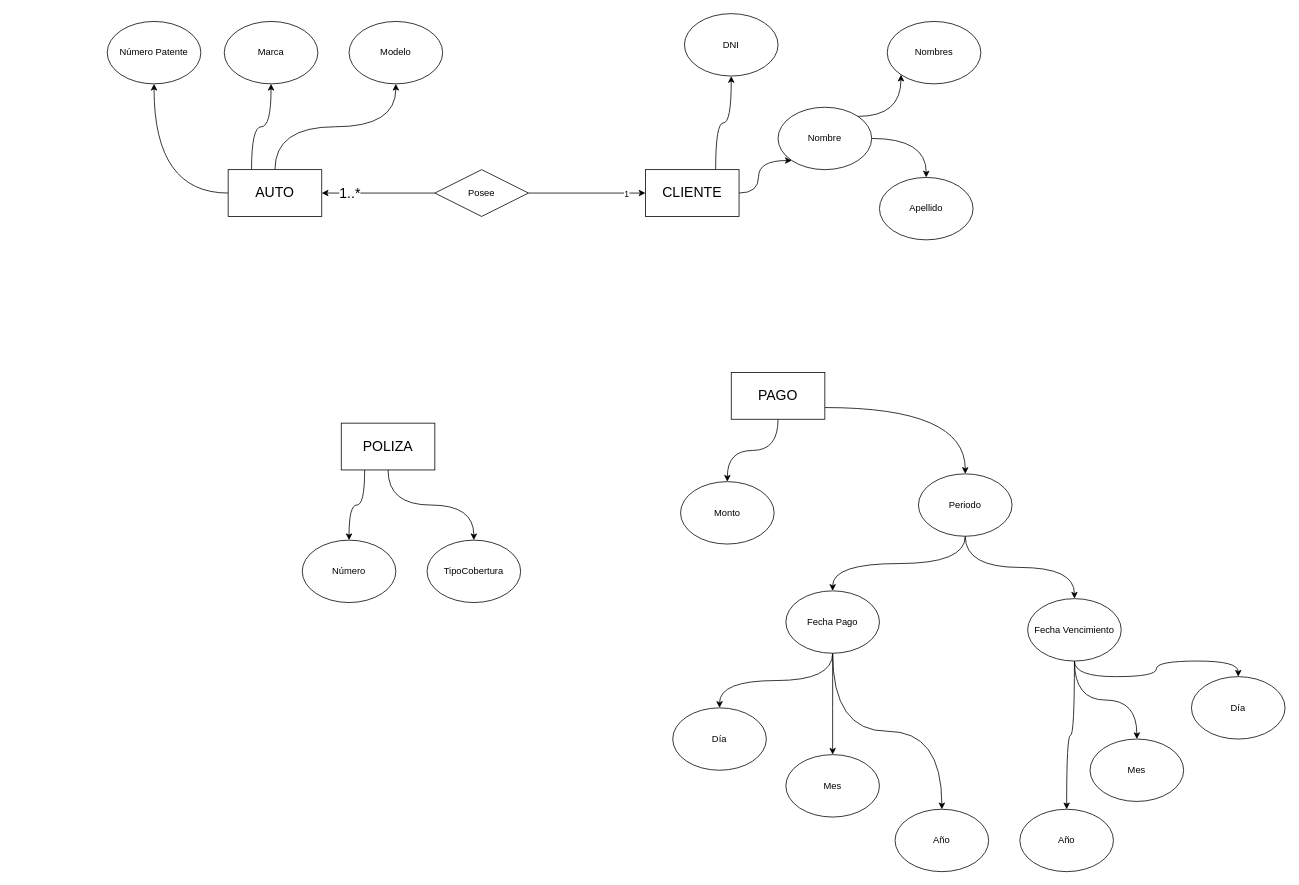
Above: take-home/casos_uso/ej3.drawio in irmrz/ingenieria-software-1 (draw.io), before the change. Source tidied: cells renumbered, new cells numbered last; positions are measured from the earlier drawing's top-left corner, leaving out a move shared by most shapes. Both pictures are drawn from the tidied source at 78%, with x=0, y=0 at pixel (107, 13).
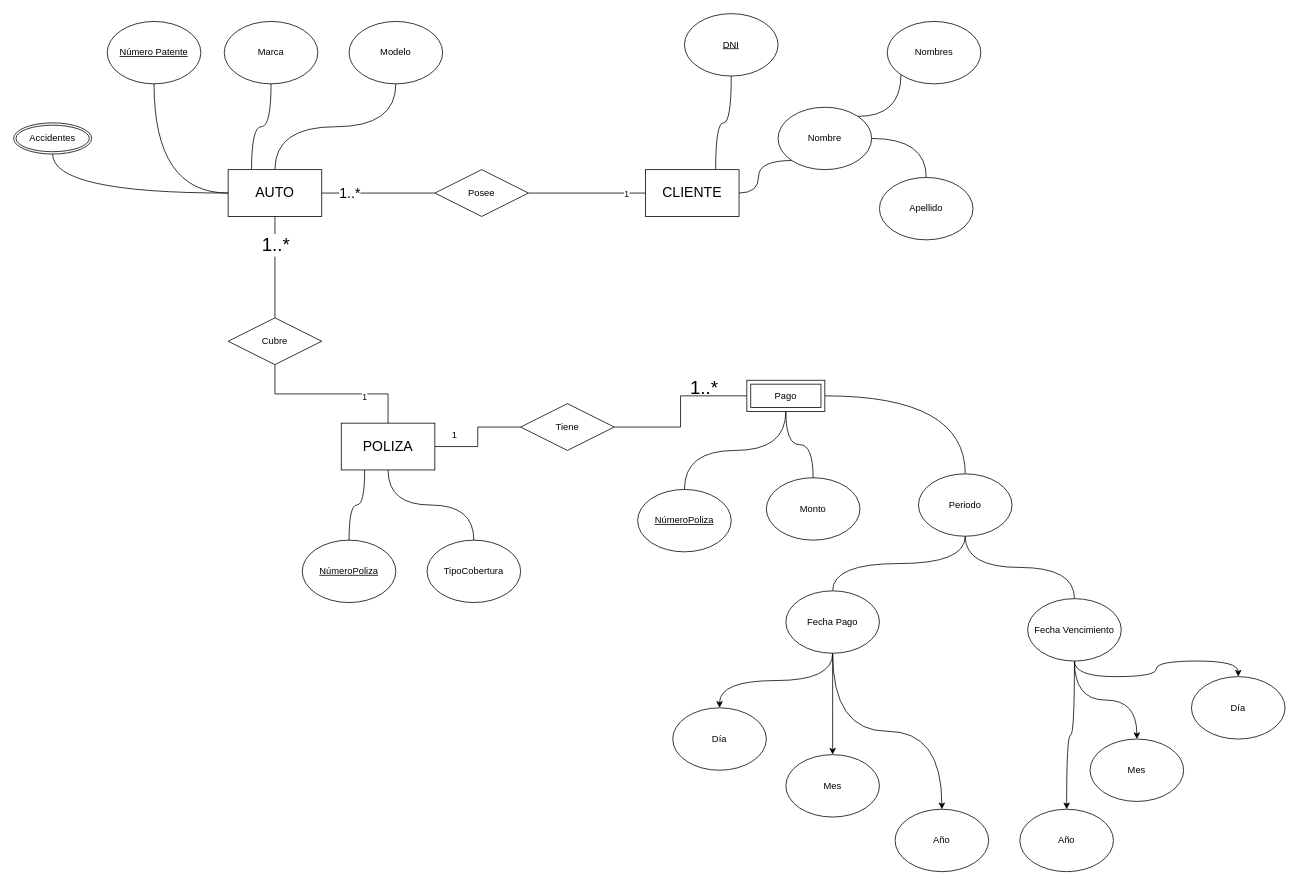
The same page after the edit.

Unchanged cells that the change refers to:
```xml
<mxCell id="5" value="&lt;font style=&quot;font-size: 18px;&quot;&gt;AUTO&lt;/font&gt;" style="rounded=0;whiteSpace=wrap;html=1;" parent="1" vertex="1">
  <mxGeometry x="155" y="200" width="120" height="60" as="geometry" />
</mxCell>
<mxCell id="8" value="&lt;font style=&quot;font-size: 18px;&quot;&gt;CLIENTE&lt;/font&gt;" style="rounded=0;whiteSpace=wrap;html=1;" parent="1" vertex="1">
  <mxGeometry x="690" y="200" width="120" height="60" as="geometry" />
</mxCell>
<mxCell id="11" value="&lt;font style=&quot;font-size: 18px;&quot;&gt;POLIZA&lt;/font&gt;" style="rounded=0;whiteSpace=wrap;html=1;" parent="1" vertex="1">
  <mxGeometry x="300" y="525" width="120" height="60" as="geometry" />
</mxCell>
<mxCell id="16" value="Marca" style="ellipse;whiteSpace=wrap;html=1;" parent="1" vertex="1">
  <mxGeometry x="150" y="10" width="120" height="80" as="geometry" />
</mxCell>
<mxCell id="17" value="&lt;div&gt;Modelo&lt;/div&gt;" style="ellipse;whiteSpace=wrap;html=1;" parent="1" vertex="1">
  <mxGeometry x="310" y="10" width="120" height="80" as="geometry" />
</mxCell>
<mxCell id="21" value="Nombre" style="ellipse;whiteSpace=wrap;html=1;" parent="1" vertex="1">
  <mxGeometry x="860" y="120" width="120" height="80" as="geometry" />
</mxCell>
<mxCell id="22" value="Apellido" style="ellipse;whiteSpace=wrap;html=1;" parent="1" vertex="1">
  <mxGeometry x="990" y="210" width="120" height="80" as="geometry" />
</mxCell>
<mxCell id="23" value="Nombres" style="ellipse;whiteSpace=wrap;html=1;" parent="1" vertex="1">
  <mxGeometry x="1000" y="10" width="120" height="80" as="geometry" />
</mxCell>
<mxCell id="25" value="TipoCobertura" style="ellipse;whiteSpace=wrap;html=1;" parent="1" vertex="1">
  <mxGeometry x="410" y="675" width="120" height="80" as="geometry" />
</mxCell>
<mxCell id="29" value="Periodo" style="ellipse;whiteSpace=wrap;html=1;" parent="1" vertex="1">
  <mxGeometry x="1040" y="590" width="120" height="80" as="geometry" />
</mxCell>
<mxCell id="33" value="Fecha Pago" style="ellipse;whiteSpace=wrap;html=1;" parent="1" vertex="1">
  <mxGeometry x="870" y="740" width="120" height="80" as="geometry" />
</mxCell>
<mxCell id="37" value="Fecha Vencimiento" style="ellipse;whiteSpace=wrap;html=1;" parent="1" vertex="1">
  <mxGeometry x="1180" y="750" width="120" height="80" as="geometry" />
</mxCell>
<mxCell id="48" value="Posee" style="shape=rhombus;perimeter=rhombusPerimeter;whiteSpace=wrap;html=1;align=center;" parent="1" vertex="1">
  <mxGeometry x="420" y="200" width="120" height="60" as="geometry" />
</mxCell>
```

Diff of the diagram source:
```diff
@@
-    <mxCell id="2" style="edgeStyle=orthogonalEdgeStyle;jettySize=auto;html=1;exitX=0;exitY=0.5;exitDx=0;exitDy=0;entryX=0.5;entryY=1;entryDx=0;entryDy=0;curved=1;" parent="1" edge="1" source="5" target="15">
+    <mxCell id="2" style="edgeStyle=orthogonalEdgeStyle;jettySize=auto;html=1;exitX=0;exitY=0.5;exitDx=0;exitDy=0;entryX=0.5;entryY=1;entryDx=0;entryDy=0;curved=1;endArrow=none;endFill=0;" parent="1" edge="1" source="5" target="15">
       <mxGeometry relative="1" as="geometry" />
     </mxCell>
-    <mxCell id="3" style="edgeStyle=orthogonalEdgeStyle;jettySize=auto;html=1;exitX=0.25;exitY=0;exitDx=0;exitDy=0;entryX=0.5;entryY=1;entryDx=0;entryDy=0;curved=1;strokeColor=default;" parent="1" edge="1" source="5" target="16">
+    <mxCell id="3" style="edgeStyle=orthogonalEdgeStyle;jettySize=auto;html=1;exitX=0.25;exitY=0;exitDx=0;exitDy=0;entryX=0.5;entryY=1;entryDx=0;entryDy=0;curved=1;strokeColor=default;endArrow=none;endFill=0;" parent="1" edge="1" source="5" target="16">
       <mxGeometry relative="1" as="geometry" />
     </mxCell>
-    <mxCell id="4" style="edgeStyle=orthogonalEdgeStyle;jettySize=auto;html=1;exitX=0.5;exitY=0;exitDx=0;exitDy=0;entryX=0.5;entryY=1;entryDx=0;entryDy=0;curved=1;" parent="1" edge="1" source="5" target="17">
+    <mxCell id="4" style="edgeStyle=orthogonalEdgeStyle;jettySize=auto;html=1;exitX=0.5;exitY=0;exitDx=0;exitDy=0;entryX=0.5;entryY=1;entryDx=0;entryDy=0;curved=1;endArrow=none;endFill=0;" parent="1" edge="1" source="5" target="17">
       <mxGeometry relative="1" as="geometry" />
     </mxCell>
+    <mxCell id="49" style="edgeStyle=orthogonalEdgeStyle;jettySize=auto;html=1;exitX=0;exitY=0.5;exitDx=0;exitDy=0;entryX=0.5;entryY=1;entryDx=0;entryDy=0;curved=1;endArrow=none;endFill=0;" parent="1" edge="1" source="5" target="55">
+      <mxGeometry relative="1" as="geometry" />
+    </mxCell>
@@
-    <mxCell id="6" style="edgeStyle=orthogonalEdgeStyle;jettySize=auto;html=1;exitX=1;exitY=0.5;exitDx=0;exitDy=0;entryX=0;entryY=1;entryDx=0;entryDy=0;curved=1;" parent="1" edge="1" source="8" target="21">
+    <mxCell id="6" style="edgeStyle=orthogonalEdgeStyle;jettySize=auto;html=1;exitX=1;exitY=0.5;exitDx=0;exitDy=0;entryX=0;entryY=1;entryDx=0;entryDy=0;curved=1;endArrow=none;endFill=0;" parent="1" edge="1" source="8" target="21">
       <mxGeometry relative="1" as="geometry" />
     </mxCell>
-    <mxCell id="7" style="edgeStyle=orthogonalEdgeStyle;jettySize=auto;html=1;exitX=0.75;exitY=0;exitDx=0;exitDy=0;entryX=0.5;entryY=1;entryDx=0;entryDy=0;curved=1;" parent="1" edge="1" source="8" target="18">
+    <mxCell id="7" style="edgeStyle=orthogonalEdgeStyle;jettySize=auto;html=1;exitX=0.75;exitY=0;exitDx=0;exitDy=0;entryX=0.5;entryY=1;entryDx=0;entryDy=0;curved=1;endArrow=none;endFill=0;" parent="1" edge="1" source="8" target="18">
       <mxGeometry relative="1" as="geometry" />
     </mxCell>
@@
-    <mxCell id="9" style="edgeStyle=orthogonalEdgeStyle;jettySize=auto;html=1;exitX=0.25;exitY=1;exitDx=0;exitDy=0;entryX=0.5;entryY=0;entryDx=0;entryDy=0;curved=1;" parent="1" edge="1" source="11" target="24">
+    <mxCell id="9" style="edgeStyle=orthogonalEdgeStyle;jettySize=auto;html=1;exitX=0.25;exitY=1;exitDx=0;exitDy=0;entryX=0.5;entryY=0;entryDx=0;entryDy=0;curved=1;endArrow=none;endFill=0;" parent="1" edge="1" source="11" target="24">
       <mxGeometry relative="1" as="geometry" />
     </mxCell>
-    <mxCell id="10" style="edgeStyle=orthogonalEdgeStyle;jettySize=auto;html=1;exitX=0.5;exitY=1;exitDx=0;exitDy=0;entryX=0.5;entryY=0;entryDx=0;entryDy=0;curved=1;" parent="1" edge="1" source="11" target="25">
+    <mxCell id="10" style="edgeStyle=orthogonalEdgeStyle;jettySize=auto;html=1;exitX=0.5;exitY=1;exitDx=0;exitDy=0;entryX=0.5;entryY=0;entryDx=0;entryDy=0;curved=1;endArrow=none;endFill=0;" parent="1" edge="1" source="11" target="25">
       <mxGeometry relative="1" as="geometry" />
     </mxCell>
@@
-    <mxCell id="12" style="edgeStyle=orthogonalEdgeStyle;jettySize=auto;html=1;exitX=1;exitY=0.75;exitDx=0;exitDy=0;entryX=0.5;entryY=0;entryDx=0;entryDy=0;curved=1;" parent="1" edge="1" source="14" target="29">
+    <mxCell id="12" style="edgeStyle=orthogonalEdgeStyle;jettySize=auto;html=1;exitX=1;exitY=0.5;exitDx=0;exitDy=0;entryX=0.5;entryY=0;entryDx=0;entryDy=0;curved=1;endArrow=none;endFill=0;" parent="1" edge="1" source="62" target="29">
       <mxGeometry relative="1" as="geometry" />
     </mxCell>
-    <mxCell id="13" style="edgeStyle=orthogonalEdgeStyle;jettySize=auto;html=1;exitX=0.5;exitY=1;exitDx=0;exitDy=0;entryX=0.5;entryY=0;entryDx=0;entryDy=0;curved=1;" parent="1" edge="1" source="14" target="26">
+    <mxCell id="13" style="edgeStyle=orthogonalEdgeStyle;jettySize=auto;html=1;exitX=0.5;exitY=1;exitDx=0;exitDy=0;entryX=0.5;entryY=0;entryDx=0;entryDy=0;curved=1;endArrow=none;endFill=0;" parent="1" edge="1" source="62" target="26">
       <mxGeometry relative="1" as="geometry" />
     </mxCell>
-    <mxCell id="14" value="&lt;font style=&quot;font-size: 18px;&quot;&gt;PAGO&lt;/font&gt;" style="rounded=0;whiteSpace=wrap;html=1;" parent="1" vertex="1">
-      <mxGeometry x="800" y="460" width="120" height="60" as="geometry" />
-    </mxCell>
-    <mxCell id="15" value="Número Patente" style="ellipse;whiteSpace=wrap;html=1;" parent="1" vertex="1">
+    <mxCell id="15" value="&lt;u&gt;Número Patente&lt;/u&gt;" style="ellipse;whiteSpace=wrap;html=1;" parent="1" vertex="1">
       <mxGeometry y="10" width="120" height="80" as="geometry" />
     </mxCell>
@@
-    <mxCell id="18" value="DNI" style="ellipse;whiteSpace=wrap;html=1;" parent="1" vertex="1">
+    <mxCell id="18" value="&lt;u&gt;DNI&lt;/u&gt;" style="ellipse;whiteSpace=wrap;html=1;" parent="1" vertex="1">
       <mxGeometry x="740" width="120" height="80" as="geometry" />
     </mxCell>
-    <mxCell id="19" style="edgeStyle=orthogonalEdgeStyle;jettySize=auto;html=1;exitX=1;exitY=0;exitDx=0;exitDy=0;entryX=0;entryY=1;entryDx=0;entryDy=0;curved=1;" parent="1" edge="1" source="21" target="23">
+    <mxCell id="19" style="edgeStyle=orthogonalEdgeStyle;jettySize=auto;html=1;exitX=1;exitY=0;exitDx=0;exitDy=0;entryX=0;entryY=1;entryDx=0;entryDy=0;curved=1;endArrow=none;endFill=0;" parent="1" edge="1" source="21" target="23">
       <mxGeometry relative="1" as="geometry" />
     </mxCell>
-    <mxCell id="20" style="edgeStyle=orthogonalEdgeStyle;jettySize=auto;html=1;exitX=1;exitY=0.5;exitDx=0;exitDy=0;entryX=0.5;entryY=0;entryDx=0;entryDy=0;curved=1;" parent="1" edge="1" source="21" target="22">
+    <mxCell id="20" style="edgeStyle=orthogonalEdgeStyle;jettySize=auto;html=1;exitX=1;exitY=0.5;exitDx=0;exitDy=0;entryX=0.5;entryY=0;entryDx=0;entryDy=0;curved=1;endArrow=none;endFill=0;" parent="1" edge="1" source="21" target="22">
       <mxGeometry relative="1" as="geometry" />
     </mxCell>
@@
-    <mxCell id="24" value="Número" style="ellipse;whiteSpace=wrap;html=1;" parent="1" vertex="1">
+    <mxCell id="24" value="&lt;u&gt;NúmeroPoliza&lt;/u&gt;" style="ellipse;whiteSpace=wrap;html=1;" parent="1" vertex="1">
       <mxGeometry x="250" y="675" width="120" height="80" as="geometry" />
     </mxCell>
@@
     <mxCell id="26" value="Monto" style="ellipse;whiteSpace=wrap;html=1;" parent="1" vertex="1">
-      <mxGeometry x="735" y="600" width="120" height="80" as="geometry" />
+      <mxGeometry x="845" y="595" width="120" height="80" as="geometry" />
     </mxCell>
-    <mxCell id="27" style="edgeStyle=orthogonalEdgeStyle;jettySize=auto;html=1;exitX=0.5;exitY=1;exitDx=0;exitDy=0;entryX=0.5;entryY=0;entryDx=0;entryDy=0;curved=1;" parent="1" edge="1" source="29" target="33">
+    <mxCell id="27" style="edgeStyle=orthogonalEdgeStyle;jettySize=auto;html=1;exitX=0.5;exitY=1;exitDx=0;exitDy=0;entryX=0.5;entryY=0;entryDx=0;entryDy=0;curved=1;endArrow=none;endFill=0;" parent="1" edge="1" source="29" target="33">
       <mxGeometry relative="1" as="geometry" />
     </mxCell>
-    <mxCell id="28" style="edgeStyle=orthogonalEdgeStyle;jettySize=auto;html=1;exitX=0.5;exitY=1;exitDx=0;exitDy=0;entryX=0.5;entryY=0;entryDx=0;entryDy=0;curved=1;" parent="1" edge="1" source="29" target="37">
+    <mxCell id="28" style="edgeStyle=orthogonalEdgeStyle;jettySize=auto;html=1;exitX=0.5;exitY=1;exitDx=0;exitDy=0;entryX=0.5;entryY=0;entryDx=0;entryDy=0;curved=1;endArrow=none;endFill=0;" parent="1" edge="1" source="29" target="37">
       <mxGeometry relative="1" as="geometry" />
     </mxCell>
@@
-    <mxCell id="44" style="edgeStyle=orthogonalEdgeStyle;rounded=0;jettySize=auto;html=1;exitX=1;exitY=0.5;exitDx=0;exitDy=0;entryX=0;entryY=0.5;entryDx=0;entryDy=0;" parent="1" edge="1" source="48" target="8">
+    <mxCell id="44" style="edgeStyle=orthogonalEdgeStyle;rounded=0;jettySize=auto;html=1;exitX=1;exitY=0.5;exitDx=0;exitDy=0;entryX=0;entryY=0.5;entryDx=0;entryDy=0;endArrow=none;endFill=0;" parent="1" edge="1" source="48" target="8">
       <mxGeometry relative="1" as="geometry" />
     </mxCell>
@@
-    <mxCell id="46" style="edgeStyle=orthogonalEdgeStyle;rounded=0;jettySize=auto;html=1;exitX=0;exitY=0.5;exitDx=0;exitDy=0;entryX=1;entryY=0.5;entryDx=0;entryDy=0;" parent="1" edge="1" source="48" target="5">
+    <mxCell id="46" style="edgeStyle=orthogonalEdgeStyle;rounded=0;jettySize=auto;html=1;exitX=0;exitY=0.5;exitDx=0;exitDy=0;entryX=1;entryY=0.5;entryDx=0;entryDy=0;endArrow=none;endFill=0;" parent="1" edge="1" source="48" target="5">
       <mxGeometry relative="1" as="geometry" />
     </mxCell>
@@
+    <mxCell id="50" style="edgeStyle=orthogonalEdgeStyle;rounded=0;jettySize=auto;html=1;exitX=0.5;exitY=0;exitDx=0;exitDy=0;entryX=0.5;entryY=1;entryDx=0;entryDy=0;endArrow=none;endFill=0;" parent="1" edge="1" source="54" target="5">
+      <mxGeometry relative="1" as="geometry" />
+    </mxCell>
+    <mxCell id="51" value="&lt;font style=&quot;font-size: 24px;&quot;&gt;1..*&lt;/font&gt;" style="edgeLabel;html=1;align=center;verticalAlign=middle;" parent="50" vertex="1">
+      <mxGeometry x="0.66" relative="1" as="geometry">
+        <mxPoint y="14" as="offset" />
+      </mxGeometry>
+    </mxCell>
+    <mxCell id="52" style="edgeStyle=orthogonalEdgeStyle;rounded=0;jettySize=auto;html=1;exitX=0.5;exitY=1;exitDx=0;exitDy=0;entryX=0.5;entryY=0;entryDx=0;entryDy=0;endArrow=none;endFill=0;" parent="1" edge="1" source="54" target="11">
+      <mxGeometry relative="1" as="geometry" />
+    </mxCell>
+    <mxCell id="53" value="1" style="edgeLabel;html=1;align=center;verticalAlign=middle;" parent="52" vertex="1">
+      <mxGeometry x="0.37" y="-4" relative="1" as="geometry">
+        <mxPoint x="1" as="offset" />
+      </mxGeometry>
+    </mxCell>
+    <mxCell id="54" value="Cubre" style="shape=rhombus;perimeter=rhombusPerimeter;whiteSpace=wrap;html=1;align=center;" parent="1" vertex="1">
+      <mxGeometry x="155" y="390" width="120" height="60" as="geometry" />
+    </mxCell>
+    <mxCell id="55" value="Accidentes" style="ellipse;shape=doubleEllipse;margin=3;whiteSpace=wrap;html=1;align=center;" parent="1" vertex="1">
+      <mxGeometry x="-120" y="140" width="100" height="40" as="geometry" />
+    </mxCell>
+    <mxCell id="56" style="edgeStyle=orthogonalEdgeStyle;rounded=0;jettySize=auto;html=1;exitX=0;exitY=0.5;exitDx=0;exitDy=0;entryX=1;entryY=0.5;entryDx=0;entryDy=0;endArrow=none;endFill=0;" parent="1" edge="1" source="58" target="11">
+      <mxGeometry relative="1" as="geometry" />
+    </mxCell>
+    <mxCell id="57" style="edgeStyle=orthogonalEdgeStyle;rounded=0;jettySize=auto;html=1;exitX=1;exitY=0.5;exitDx=0;exitDy=0;entryX=0;entryY=0.5;entryDx=0;entryDy=0;endArrow=none;endFill=0;" parent="1" edge="1" source="58" target="62">
+      <mxGeometry relative="1" as="geometry" />
+    </mxCell>
+    <mxCell id="58" value="Tiene" style="shape=rhombus;perimeter=rhombusPerimeter;whiteSpace=wrap;html=1;align=center;" parent="1" vertex="1">
+      <mxGeometry x="530" y="500" width="120" height="60" as="geometry" />
+    </mxCell>
+    <mxCell id="59" value="1" style="text;html=1;align=center;verticalAlign=middle;strokeColor=none;fillColor=none;" parent="1" vertex="1">
+      <mxGeometry x="430" y="525" width="30" height="30" as="geometry" />
+    </mxCell>
+    <mxCell id="60" value="&lt;font style=&quot;font-size: 24px;&quot;&gt;1..*&lt;/font&gt;" style="text;html=1;align=center;verticalAlign=middle;strokeColor=none;fillColor=none;" parent="1" vertex="1">
+      <mxGeometry x="735" y="460" width="60" height="40" as="geometry" />
+    </mxCell>
+    <mxCell id="61" style="edgeStyle=orthogonalEdgeStyle;jettySize=auto;html=1;exitX=0.5;exitY=1;exitDx=0;exitDy=0;entryX=0.5;entryY=0;entryDx=0;entryDy=0;curved=1;endArrow=none;endFill=0;" parent="1" edge="1" source="62" target="63">
+      <mxGeometry relative="1" as="geometry" />
+    </mxCell>
+    <mxCell id="62" value="Pago" style="shape=ext;margin=3;double=1;whiteSpace=wrap;html=1;align=center;" parent="1" vertex="1">
+      <mxGeometry x="820" y="470" width="100" height="40" as="geometry" />
+    </mxCell>
+    <mxCell id="63" value="&lt;u&gt;NúmeroPoliza&lt;/u&gt;" style="ellipse;whiteSpace=wrap;html=1;" parent="1" vertex="1">
+      <mxGeometry x="680" y="610" width="120" height="80" as="geometry" />
+    </mxCell>
```
